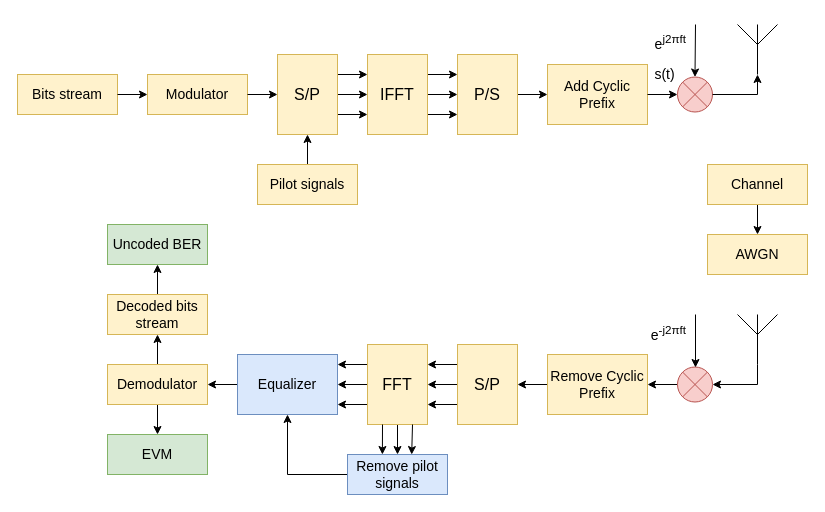
The draw.io diagram model_structure.drawio in isvoropaev02/OFDM, before the edit. Source tidied: cells renumbered, new cells numbered last; positions are measured from the earlier drawing's top-left corner, leaving out a move shared by most shapes. Both pictures are drawn from the tidied source at 100%, with x=0, y=0 at pixel (17, 24).
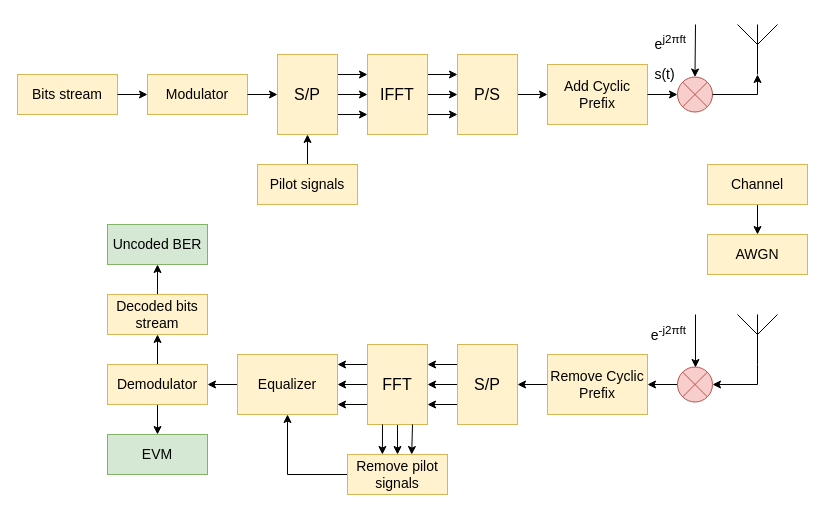
Above is the later version.

What changed in the source:
```diff
@@
-    <mxCell id="47" value="&lt;font style=&quot;font-size: 14px;&quot; face=&quot;Helvetica&quot;&gt;Remove pilot signals&lt;/font&gt;" style="rounded=0;whiteSpace=wrap;html=1;fillColor=#dae8fc;strokeColor=#6c8ebf;" parent="1" vertex="1">
+    <mxCell id="47" value="&lt;font style=&quot;font-size: 14px;&quot; face=&quot;Helvetica&quot;&gt;Remove pilot signals&lt;/font&gt;" style="rounded=0;whiteSpace=wrap;html=1;fillColor=#fff2cc;strokeColor=#d6b656;" parent="1" vertex="1">
       <mxGeometry x="330" y="430" width="100" height="40" as="geometry" />
     </mxCell>
@@
-    <mxCell id="49" value="&lt;font style=&quot;font-size: 14px;&quot; face=&quot;Helvetica&quot;&gt;Equalizer&lt;/font&gt;" style="rounded=0;whiteSpace=wrap;html=1;fillColor=#dae8fc;strokeColor=#6c8ebf;" parent="1" vertex="1">
+    <mxCell id="49" value="&lt;font style=&quot;font-size: 14px;&quot; face=&quot;Helvetica&quot;&gt;Equalizer&lt;/font&gt;" style="rounded=0;whiteSpace=wrap;html=1;fillColor=#fff2cc;strokeColor=#d6b656;" parent="1" vertex="1">
       <mxGeometry x="220" y="330" width="100" height="60" as="geometry" />
     </mxCell>
```
